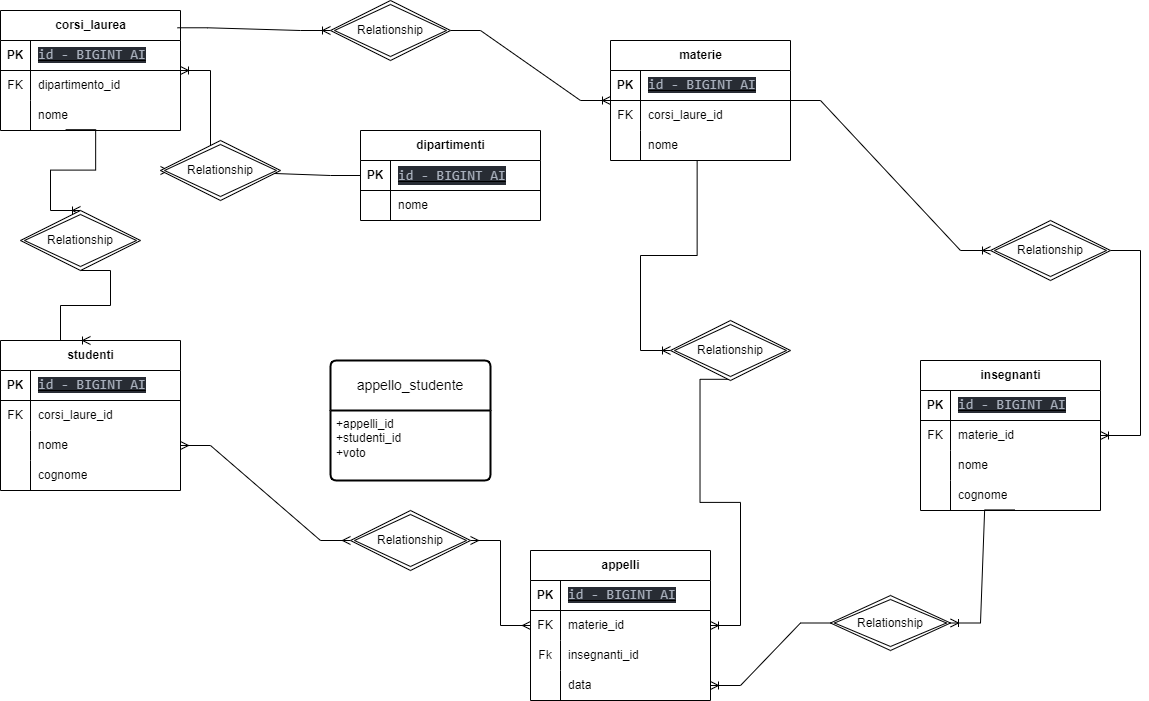
Earlier version of the draw.io export schema.png (Alberto-Monaco/db-university). Source tidied: cells renumbered, new cells last; positions are measured from the earlier drawing's top-left corner, leaving out a move shared by most shapes.
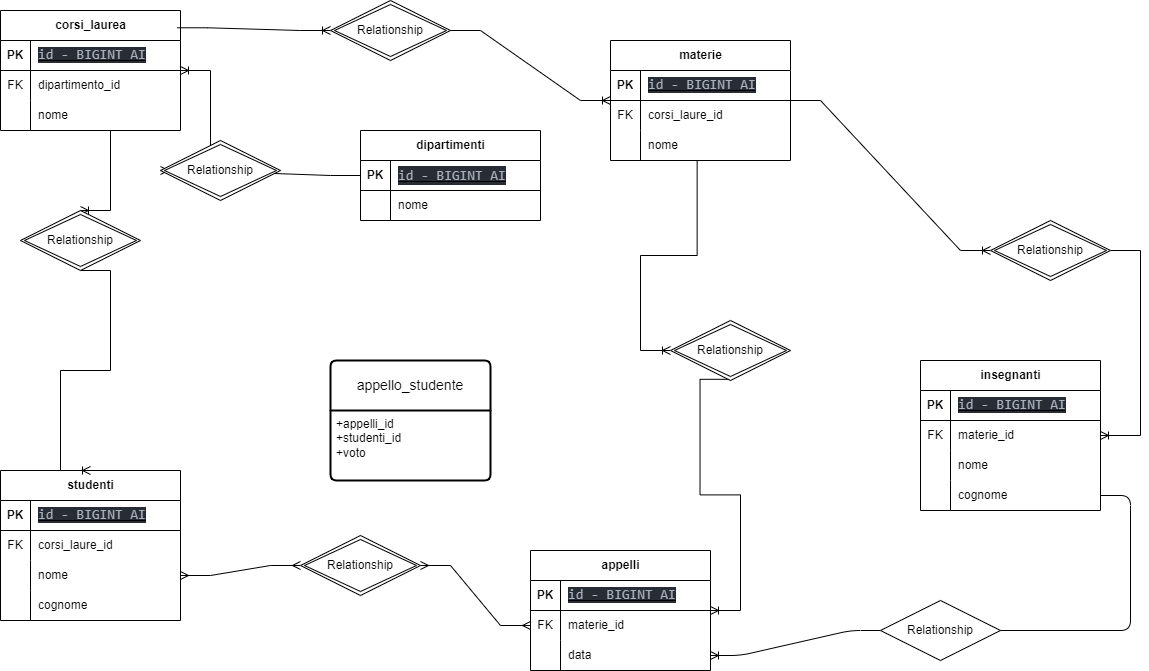
After the change.

The edit, as a diff of the source:
```diff
@@ -54,7 +54,7 @@
       <mxGeometry x="30" width="150" height="30" as="geometry" />
     </mxCell>
     <mxCell id="19" value="appelli" style="shape=table;startSize=30;rowLines=0;fontStyle=1;align=center;html=1;" parent="1" vertex="1">
-      <mxGeometry x="670" y="610" width="180" height="150" as="geometry" />
+      <mxGeometry x="670" y="610" width="180" height="120" as="geometry" />
     </mxCell>
     <mxCell id="20" style="shape=tableRow;horizontal=0;startSize=0;swimlaneHead=0;swimlaneBody=0;fillColor=none;top=0;left=0;right=0;bottom=1;" parent="19" vertex="1">
       <mxGeometry y="30" width="180" height="30" as="geometry" />
@@ -74,17 +74,8 @@
     <mxCell id="25" value="materie_id" style="shape=partialRectangle;fillColor=none;top=0;left=0;bottom=0;right=0;align=left;spacingLeft=6;overflow=hidden;whiteSpace=wrap;html=1;" parent="23" vertex="1">
       <mxGeometry x="30" width="150" height="30" as="geometry" />
     </mxCell>
-    <mxCell id="26" style="shape=tableRow;horizontal=0;startSize=0;swimlaneHead=0;swimlaneBody=0;fillColor=none;top=0;left=0;right=0;bottom=0;" parent="19" vertex="1">
-      <mxGeometry y="90" width="180" height="30" as="geometry" />
-    </mxCell>
-    <mxCell id="27" value="Fk" style="shape=partialRectangle;fillColor=none;top=0;left=0;bottom=0;right=0;overflow=hidden;whiteSpace=wrap;html=1;" parent="26" vertex="1">
-      <mxGeometry width="30" height="30" as="geometry" />
-    </mxCell>
-    <mxCell id="28" value="insegnanti_id" style="shape=partialRectangle;fillColor=none;top=0;left=0;bottom=0;right=0;align=left;spacingLeft=6;overflow=hidden;whiteSpace=wrap;html=1;" parent="26" vertex="1">
-      <mxGeometry x="30" width="150" height="30" as="geometry" />
-    </mxCell>
     <mxCell id="29" style="shape=tableRow;horizontal=0;startSize=0;swimlaneHead=0;swimlaneBody=0;fillColor=none;points=[[0,0.5],[1,0.5]];portConstraint=eastwest;top=0;left=0;right=0;bottom=0;" parent="19" vertex="1">
-      <mxGeometry y="120" width="180" height="30" as="geometry" />
+      <mxGeometry y="90" width="180" height="30" as="geometry" />
     </mxCell>
     <mxCell id="30" style="shape=partialRectangle;fillColor=none;top=0;left=0;bottom=0;right=0;overflow=hidden;whiteSpace=wrap;html=1;" parent="29" vertex="1">
       <mxGeometry width="30" height="30" as="geometry" />
@@ -93,7 +84,7 @@
       <mxGeometry x="30" width="150" height="30" as="geometry" />
     </mxCell>
     <mxCell id="32" value="studenti" style="shape=table;startSize=30;rowLines=0;fontStyle=1;align=center;html=1;" parent="1" vertex="1">
-      <mxGeometry x="140" y="400" width="180" height="150" as="geometry" />
+      <mxGeometry x="140" y="530" width="180" height="150" as="geometry" />
     </mxCell>
     <mxCell id="33" style="shape=tableRow;horizontal=0;startSize=0;swimlaneHead=0;swimlaneBody=0;fillColor=none;top=0;left=0;right=0;bottom=1;" parent="32" vertex="1">
       <mxGeometry y="30" width="180" height="30" as="geometry" />
@@ -262,24 +253,17 @@
     <mxCell id="81" value="Relationship" style="shape=rhombus;double=1;perimeter=rhombusPerimeter;whiteSpace=wrap;html=1;align=center;" parent="1" vertex="1">
       <mxGeometry x="810" y="380" width="120" height="60" as="geometry" />
     </mxCell>
-    <mxCell id="82" style="edgeStyle=entityRelationEdgeStyle;fontSize=12;html=1;endArrow=ERoneToMany;rounded=0;exitX=0;exitY=0.5;exitDx=0;exitDy=0;" parent="1" edge="1" source="84" target="29">
-      <mxGeometry relative="1" as="geometry" />
-    </mxCell>
-    <mxCell id="83" style="edgeStyle=entityRelationEdgeStyle;fontSize=12;html=1;endArrow=ERoneToMany;rounded=0;exitX=0.523;exitY=0.981;exitDx=0;exitDy=0;exitPerimeter=0;" parent="1" edge="1" source="65" target="84">
-      <mxGeometry relative="1" as="geometry" />
-    </mxCell>
-    <mxCell id="84" value="Relationship" style="shape=rhombus;double=1;perimeter=rhombusPerimeter;whiteSpace=wrap;html=1;align=center;" parent="1" vertex="1">
-      <mxGeometry x="970" y="655" width="120" height="55" as="geometry" />
-    </mxCell>
-    <mxCell id="85" style="edgeStyle=entityRelationEdgeStyle;fontSize=12;html=1;endArrow=ERoneToMany;rounded=0;entryX=0.5;entryY=0;entryDx=0;entryDy=0;exitX=0.5;exitY=1;exitDx=0;exitDy=0;" parent="1" edge="1" source="87" target="32">
+    <mxCell id="85" style="edgeStyle=entityRelationEdgeStyle;fontSize=12;html=1;endArrow=ERoneToMany;rounded=0;exitX=0.5;exitY=1;exitDx=0;exitDy=0;entryX=0.5;entryY=0;entryDx=0;entryDy=0;" parent="1" edge="1" source="87" target="32">
       <mxGeometry relative="1" as="geometry">
         <Array as="points">
           <mxPoint y="370" />
         </Array>
       </mxGeometry>
     </mxCell>
-    <mxCell id="86" style="edgeStyle=entityRelationEdgeStyle;fontSize=12;html=1;endArrow=ERoneToMany;rounded=0;entryX=0.5;entryY=0;entryDx=0;entryDy=0;exitX=0.362;exitY=0.973;exitDx=0;exitDy=0;exitPerimeter=0;" parent="1" edge="1" source="52" target="87">
-      <mxGeometry relative="1" as="geometry" />
+    <mxCell id="86" style="edgeStyle=entityRelationEdgeStyle;fontSize=12;html=1;endArrow=ERoneToMany;rounded=0;entryX=0.5;entryY=0;entryDx=0;entryDy=0;" parent="1" edge="1" target="87">
+      <mxGeometry relative="1" as="geometry">
+        <mxPoint x="220" y="190" as="sourcePoint" />
+      </mxGeometry>
     </mxCell>
     <mxCell id="87" value="Relationship" style="shape=rhombus;double=1;perimeter=rhombusPerimeter;whiteSpace=wrap;html=1;align=center;" parent="1" vertex="1">
       <mxGeometry x="160" y="270" width="120" height="60" as="geometry" />
@@ -291,7 +275,16 @@
       <mxGeometry relative="1" as="geometry" />
     </mxCell>
     <mxCell id="90" value="Relationship" style="shape=rhombus;double=1;perimeter=rhombusPerimeter;whiteSpace=wrap;html=1;align=center;" parent="1" vertex="1">
-      <mxGeometry x="490" y="570" width="120" height="60" as="geometry" />
+      <mxGeometry x="440" y="595" width="120" height="60" as="geometry" />
     </mxCell>
+    <mxCell id="82" style="edgeStyle=entityRelationEdgeStyle;fontSize=12;html=1;endArrow=ERoneToMany;entryX=1;entryY=0.5;entryDx=0;entryDy=0;startArrow=none;" parent="1" edge="1" source="84" target="29">
+      <mxGeometry relative="1" as="geometry" />
+    </mxCell>
+    <mxCell id="83" style="edgeStyle=entityRelationEdgeStyle;fontSize=12;html=1;endArrow=none;entryX=1;entryY=0.5;entryDx=0;entryDy=0;" parent="1" edge="1" source="65" target="84">
+      <mxGeometry relative="1" as="geometry" />
+    </mxCell>
+    <mxCell id="84" value="Relationship" style="shape=rhombus;perimeter=rhombusPerimeter;whiteSpace=wrap;html=1;align=center;" parent="1" vertex="1">
+      <mxGeometry x="1020" y="660" width="120" height="60" as="geometry" />
+    </mxCell>
   </root>
 </mxGraphModel>
```
